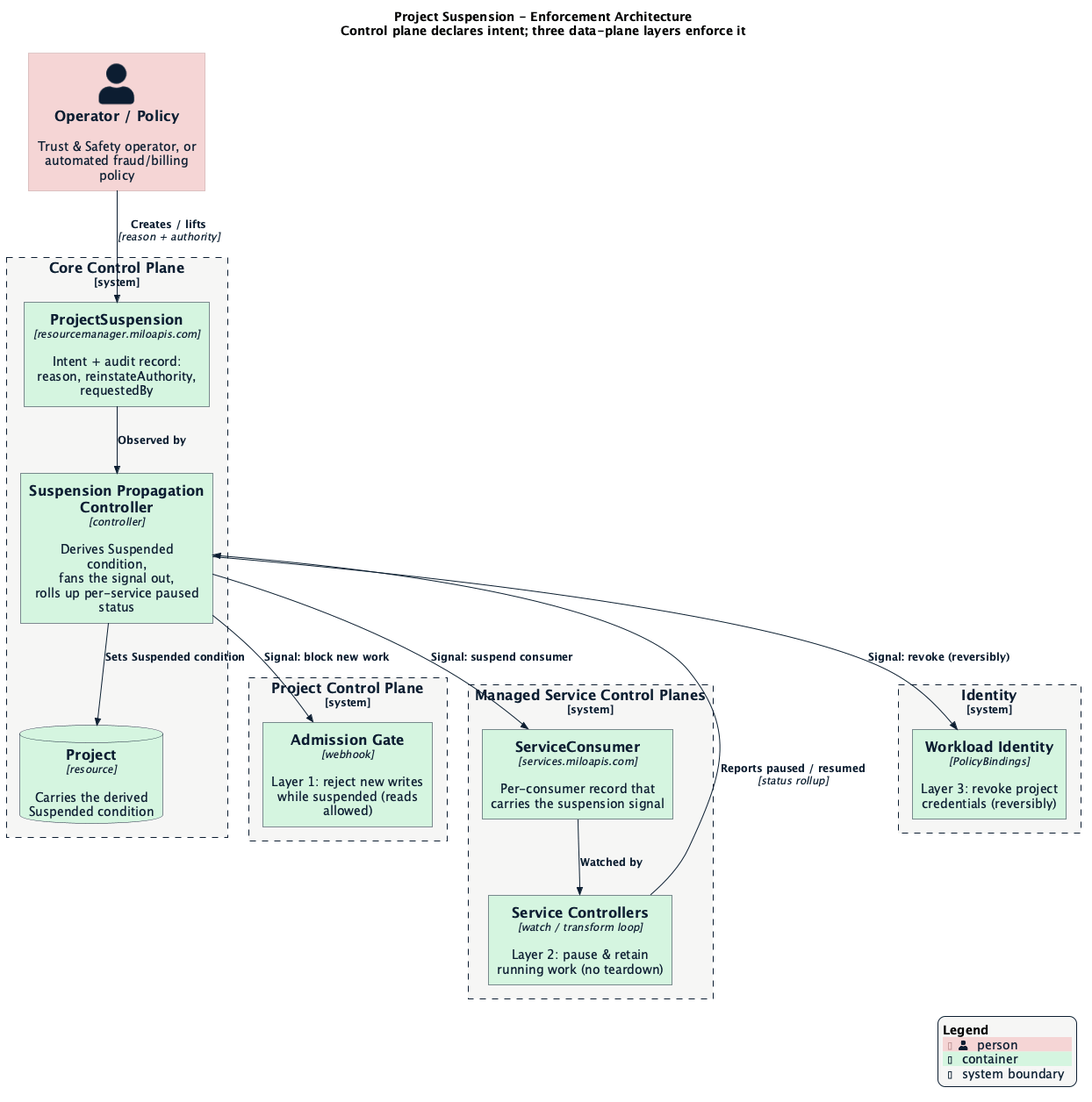
datum-cloud/enhancements keeps this PlantUML diagram as enhancements/platform/project-suspension/enforcement-architecture.png. Above is the earlier version. Source of this version:
```plantuml
@startuml enforcement-architecture
!$NEW_C4_STYLE = 1
!include https://raw.githubusercontent.com/plantuml-stdlib/C4-PlantUML/master/C4_Container.puml
!include ../../datum-theme.puml

title Project Suspension - Enforcement Architecture\nControl plane declares intent; three data-plane layers enforce it

Person(operator, "Operator / Policy", "Trust & Safety operator, or automated fraud/billing policy")

System_Boundary(core, "Core Control Plane") {
    Container(suspension_api, "ProjectSuspension", "resourcemanager.miloapis.com", "Intent + audit record:\nreason, reinstateAuthority, requestedBy")
    Container(propagation, "Suspension Propagation Controller", "controller", "Derives Suspended condition,\nfans the signal out,\nrolls up per-service paused status")
    ContainerDb(project, "Project", "resource", "Carries the derived\nSuspended condition")
}

System_Boundary(projectcp, "Project Control Plane") {
    Container(admission, "Admission Gate", "webhook", "Layer 1: reject new writes\nwhile suspended (reads allowed)")
}

System_Boundary(services, "Managed Service Control Planes") {
    Container(consumer_rec, "ServiceConsumer", "services.miloapis.com", "Per-consumer record that\ncarries the suspension signal")
    Container(svcctrl, "Service Controllers", "watch / transform loop", "Layer 2: pause & retain\nrunning work (no teardown)")
}

System_Boundary(idboundary, "Identity") {
    Container(identity, "Workload Identity", "PolicyBindings", "Layer 3: revoke project\ncredentials (reversibly)")
}

Rel_D(operator, suspension_api, "Creates / lifts", "reason + authority")
Rel_D(suspension_api, propagation, "Observed by")
Rel(propagation, project, "Sets Suspended condition")

Rel_D(propagation, admission, "Signal: block new work")
Rel_D(propagation, consumer_rec, "Signal: suspend consumer")
Rel(consumer_rec, svcctrl, "Watched by")
Rel_D(propagation, identity, "Signal: revoke (reversibly)")

Rel_U(svcctrl, propagation, "Reports paused / resumed", "status rollup")

SHOW_LEGEND()
@enduml
```
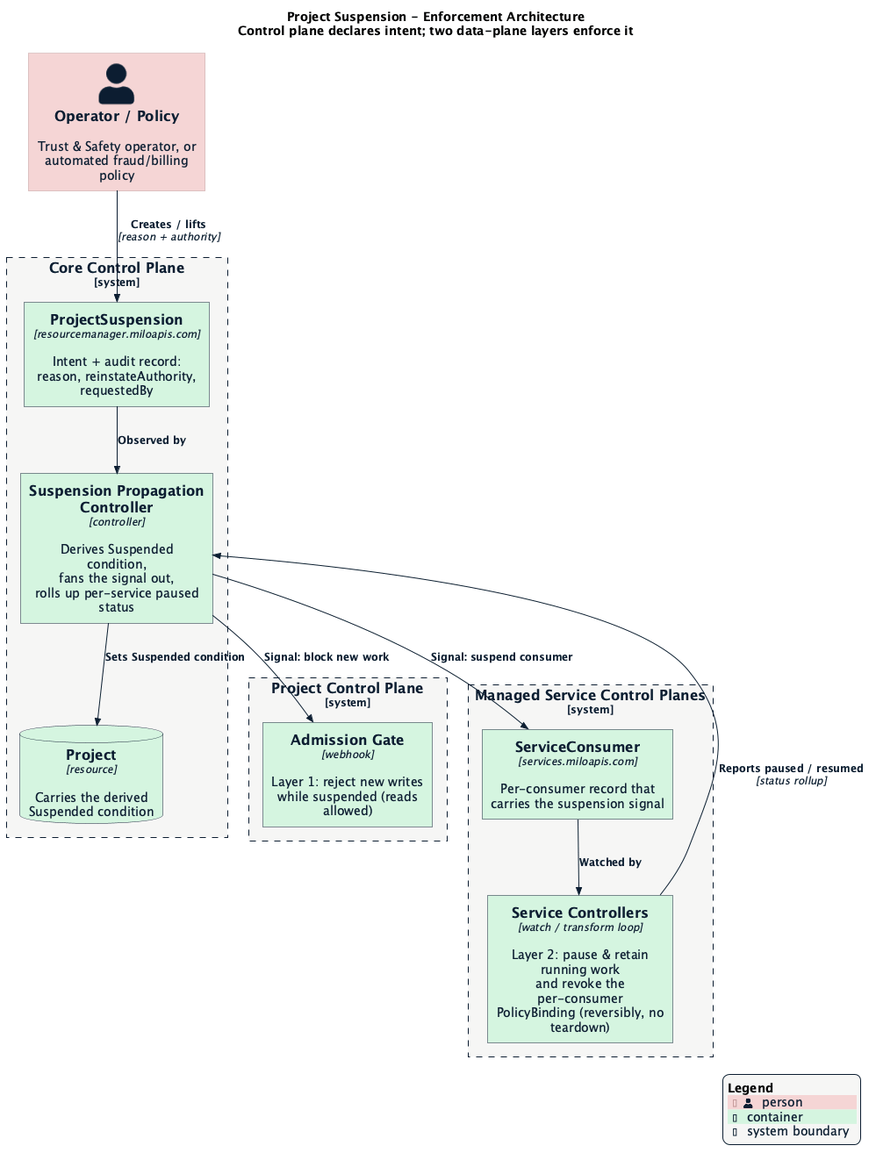
After the change.

Commit message:
docs(project-suspension): drop the nonexistent workload-identity layer

The edit, as a diff of the source:
```diff
@@ -3,7 +3,7 @@
 !include https://raw.githubusercontent.com/plantuml-stdlib/C4-PlantUML/master/C4_Container.puml
 !include ../../datum-theme.puml
 
-title Project Suspension - Enforcement Architecture\nControl plane declares intent; three data-plane layers enforce it
+title Project Suspension - Enforcement Architecture\nControl plane declares intent; two data-plane layers enforce it
 
 Person(operator, "Operator / Policy", "Trust & Safety operator, or automated fraud/billing policy")
 
@@ -19,11 +19,7 @@
 
 System_Boundary(services, "Managed Service Control Planes") {
     Container(consumer_rec, "ServiceConsumer", "services.miloapis.com", "Per-consumer record that\ncarries the suspension signal")
-    Container(svcctrl, "Service Controllers", "watch / transform loop", "Layer 2: pause & retain\nrunning work (no teardown)")
-}
-
-System_Boundary(idboundary, "Identity") {
-    Container(identity, "Workload Identity", "PolicyBindings", "Layer 3: revoke project\ncredentials (reversibly)")
+    Container(svcctrl, "Service Controllers", "watch / transform loop", "Layer 2: pause & retain running work\nand revoke the per-consumer\nPolicyBinding (reversibly, no teardown)")
 }
 
 Rel_D(operator, suspension_api, "Creates / lifts", "reason + authority")
@@ -33,7 +29,6 @@
 Rel_D(propagation, admission, "Signal: block new work")
 Rel_D(propagation, consumer_rec, "Signal: suspend consumer")
 Rel(consumer_rec, svcctrl, "Watched by")
-Rel_D(propagation, identity, "Signal: revoke (reversibly)")
 
 Rel_U(svcctrl, propagation, "Reports paused / resumed", "status rollup")
 
```
